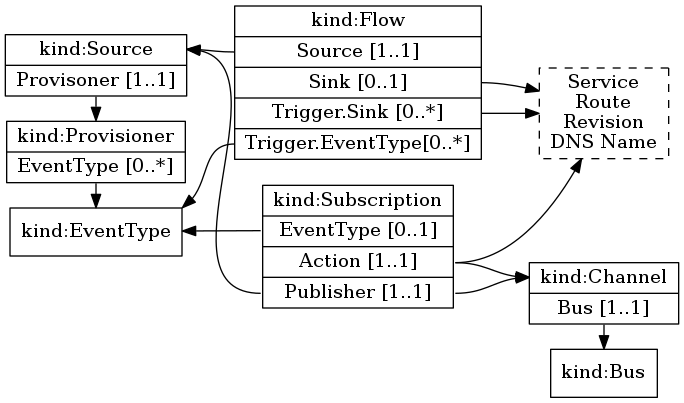
The Graphviz diagram docs/spec/images/overview-objects.png in n3wscott/eventing, before a commit. Its source is kept beside it as docs/spec/images/overview-objects.dot. The source it was exported from:
```dot
digraph G {
  rankdir=LR;
  node[shape=record];

  Prov [label="<k> kind:Provisioner|<t> EventType [0..*]"];

  EventType [label="<k> kind:EventType"];

  Source [label="<k> kind:Source|<p> Provisoner [1..1]"];

  Flow [label="<k> kind:Flow|<s> Source [1..1]|<a> Sink [0..1]|<ta> Trigger.Sink [0..*]|<tt> Trigger.EventType[0..*]"];

  Chan [label="<k> kind:Channel|<b> Bus [1..1]"];

  Bus [label="<k> kind:Bus"];

  Sub [label="<k> kind:Subscription|<t> EventType [0..1]|<a> Action [1..1]|<p> Publisher [1..1]"];

  Sinks [shape=rectangle style=dashed; label="Service\nRoute\nRevision\nDNS Name"];

  Prov:t -> EventType:k;

  Source:p -> Prov:k;

  Flow:s -> Source:k;
  Flow:ta -> Sinks;
  Flow:tt -> EventType:k;
  Flow:a -> Sinks;

  Chan:b -> Bus:k;

  Sub:t -> EventType:k;
  Sub:p -> Source:k;
  Sub:p -> Chan:k;
  Sub:a -> Chan:k;
  Sub:a -> Sinks;

  {rank=same; Flow; Sub}
  {rank=max; Chan; Bus;}
  {rank=min; Source; Prov; EventType;}
}
```
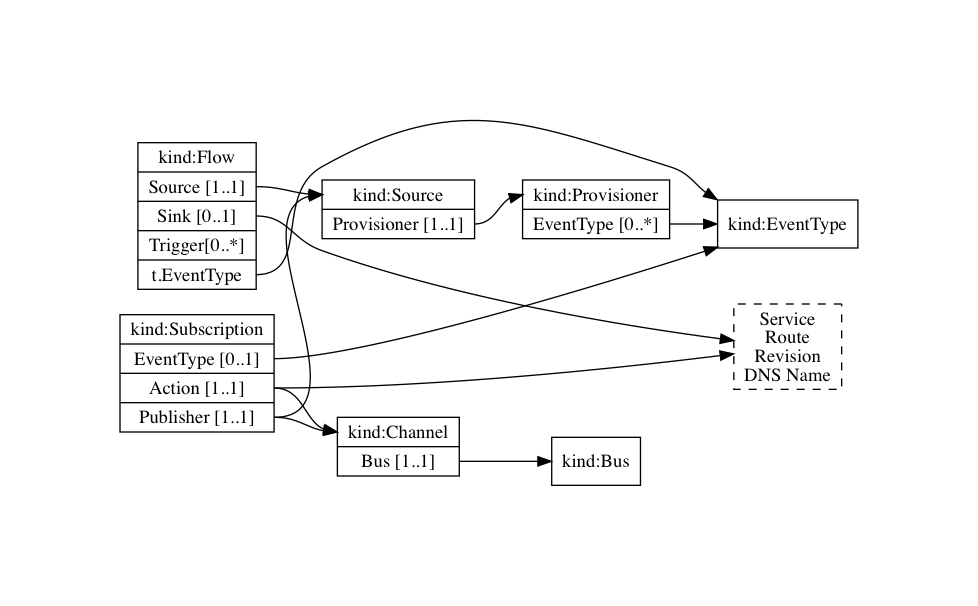
The same diagram one commit later.

The edit, as a diff of the source:
```diff
@@ -1,14 +1,15 @@
 digraph G {
   rankdir=LR;
   node[shape=record];
+  graph [pad="1.25"];
 
   Prov [label="<k> kind:Provisioner|<t> EventType [0..*]"];
 
   EventType [label="<k> kind:EventType"];
 
-  Source [label="<k> kind:Source|<p> Provisoner [1..1]"];
+  Source [label="<k> kind:Source|<p> Provisioner [1..1]"];
 
-  Flow [label="<k> kind:Flow|<s> Source [1..1]|<a> Sink [0..1]|<ta> Trigger.Sink [0..*]|<tt> Trigger.EventType[0..*]"];
+  Flow [label="<k> kind:Flow|<s> Source [0..*]|<a> Sink [1..1]|Trigger[0..*]|<tt> t.EventType"];
 
   Chan [label="<k> kind:Channel|<b> Bus [1..1]"];
 
@@ -23,7 +24,6 @@
   Source:p -> Prov:k;
 
   Flow:s -> Source:k;
-  Flow:ta -> Sinks;
   Flow:tt -> EventType:k;
   Flow:a -> Sinks;
 
@@ -36,6 +36,6 @@
   Sub:a -> Sinks;
 
   {rank=same; Flow; Sub}
-  {rank=max; Chan; Bus;}
-  {rank=min; Source; Prov; EventType;}
+  {rank=min; Flow;}
+  {rank=max; Sinks;}
 }
```
